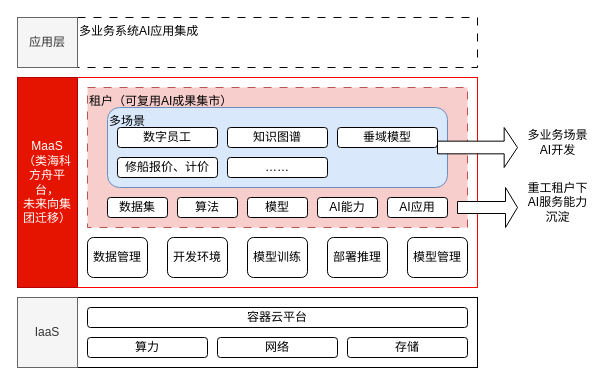
This is page "第 2 页" (2 of 2) of 大语言模型技术架构.drawio from blackdreamzg/bak, a draw.io file, before an edit. Source tidied: cells renumbered, new cells numbered last; positions are measured from the earlier drawing's top-left corner, leaving out a move shared by most shapes. Both pictures are drawn from the tidied source at 100%, with x=0, y=0 at pixel (17, 17).
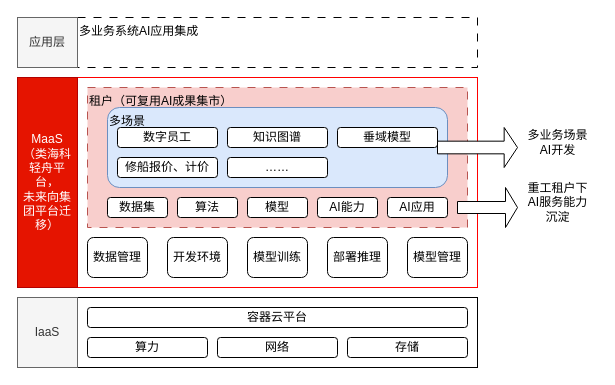
The same page after the edit.

Commit message:
更新大语言模型技术架构.drawio

Diff of the diagram source:
```diff
@@
-    <mxCell id="11" value="MaaS&lt;div&gt;&lt;font style=&quot;color: rgb(255, 255, 255);&quot;&gt;（&lt;span style=&quot;text-align: left;&quot;&gt;类海科方舟平台，&lt;br&gt;&lt;/span&gt;&lt;span style=&quot;text-align: left; background-color: transparent;&quot;&gt;未来向集团迁移&lt;/span&gt;）&lt;/font&gt;&lt;/div&gt;" style="rounded=0;whiteSpace=wrap;html=1;fillColor=#e51400;fontColor=#ffffff;strokeColor=#B20000;" parent="1" vertex="1">
+    <mxCell id="11" value="MaaS&lt;div&gt;&lt;font style=&quot;color: rgb(255, 255, 255);&quot;&gt;（&lt;span style=&quot;text-align: left;&quot;&gt;类海科轻舟平台，&lt;br&gt;&lt;/span&gt;&lt;span style=&quot;text-align: left; background-color: transparent;&quot;&gt;未来向集团平台迁移&lt;/span&gt;）&lt;/font&gt;&lt;/div&gt;" style="rounded=0;whiteSpace=wrap;html=1;fillColor=#e51400;fontColor=#ffffff;strokeColor=#B20000;" parent="1" vertex="1">
       <mxGeometry y="60" width="60" height="210" as="geometry" />
     </mxCell>
```
